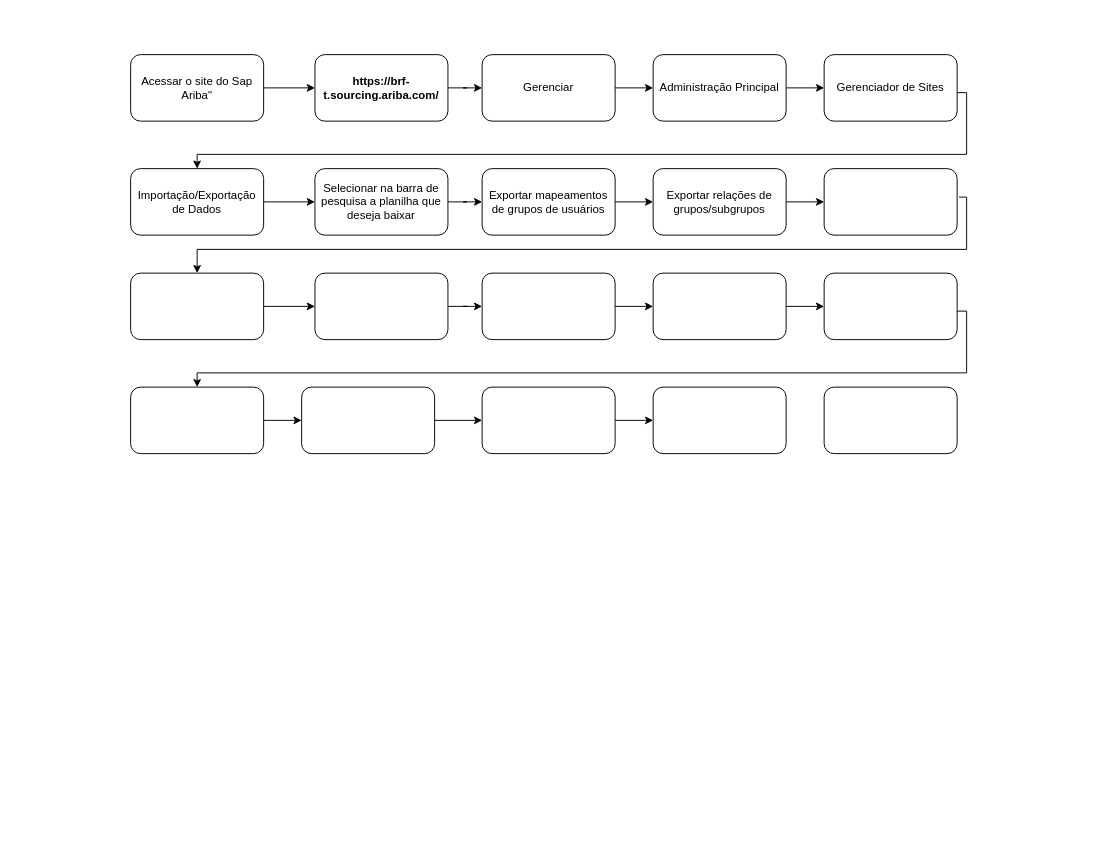
The draw.io diagram Diagrama detalhado - RCT087.drawio in leopartika/Meus-Projetos, before the edit. Source tidied: cells renumbered, new cells numbered last; positions are measured from the earlier drawing's top-left corner, leaving out a move shared by most shapes. Both pictures are drawn from the tidied source at 95%, with x=0, y=0 at pixel (130, 54).
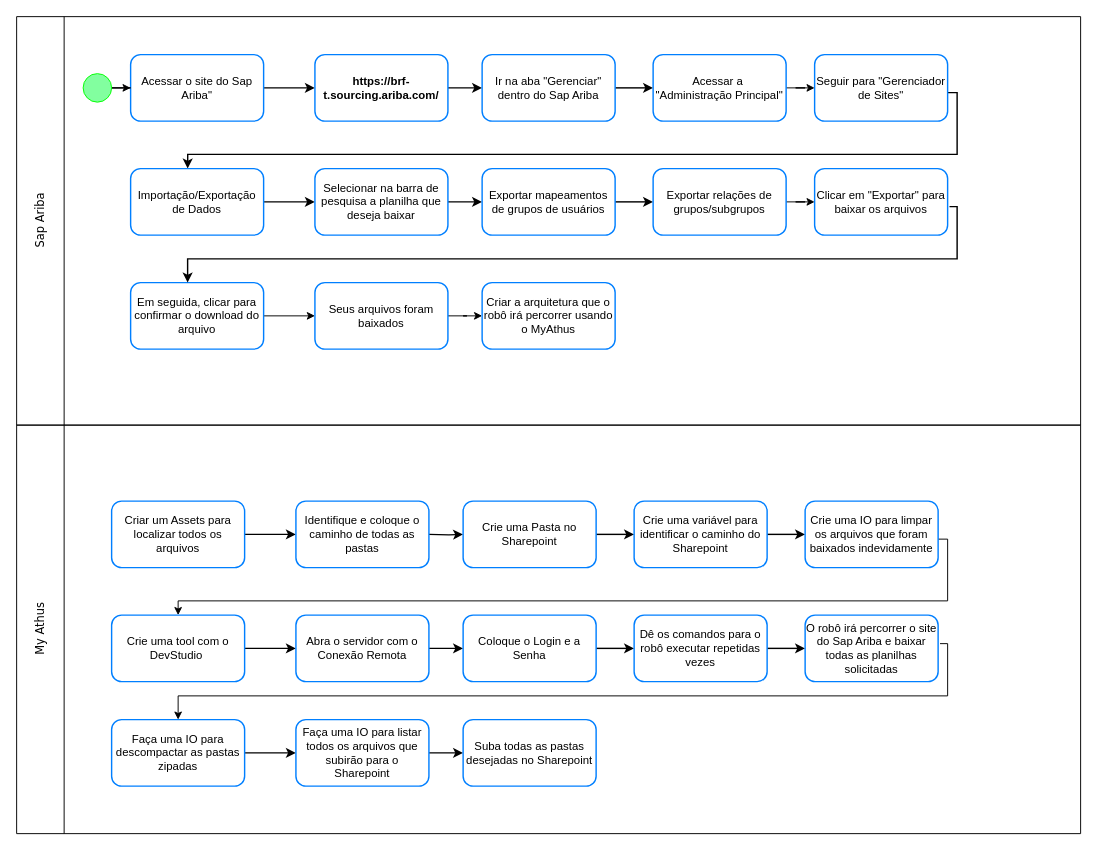
Above is the later version.

The edit, as a diff of the source:
```diff
@@
-    <mxCell id="2" style="edgeStyle=orthogonalEdgeStyle;rounded=0;jettySize=auto;html=1;" parent="1" edge="1" source="3" target="5">
+    <mxCell id="2" style="edgeStyle=orthogonalEdgeStyle;rounded=0;jettySize=auto;html=1;strokeColor=#000000;strokeWidth=1.5;" parent="1" edge="1" source="3" target="5">
       <mxGeometry relative="1" as="geometry" />
     </mxCell>
-    <mxCell id="3" value="Acessar o site do Sap Ariba&quot;" style="rounded=1;whiteSpace=wrap;html=1;" parent="1" vertex="1">
+    <mxCell id="3" value="Acessar o site do Sap Ariba&quot;" style="rounded=1;whiteSpace=wrap;html=1;strokeColor=#007FFF;strokeWidth=1.5;" parent="1" vertex="1">
       <mxGeometry width="140" height="70" as="geometry" />
     </mxCell>
-    <mxCell id="4" style="edgeStyle=orthogonalEdgeStyle;rounded=0;jettySize=auto;html=1;" parent="1" edge="1" source="5" target="7">
+    <mxCell id="4" style="edgeStyle=orthogonalEdgeStyle;rounded=0;jettySize=auto;html=1;strokeColor=#000000;strokeWidth=1.5;" parent="1" edge="1" source="5" target="7">
       <mxGeometry relative="1" as="geometry" />
     </mxCell>
-    <mxCell id="5" value="&lt;b&gt;https://brf-t.sourcing.ariba.com/&lt;/b&gt;" style="rounded=1;whiteSpace=wrap;html=1;" parent="1" vertex="1">
+    <mxCell id="5" value="&lt;b&gt;https://brf-t.sourcing.ariba.com/&lt;/b&gt;" style="rounded=1;whiteSpace=wrap;html=1;strokeColor=#007FFF;strokeWidth=1.5;" parent="1" vertex="1">
       <mxGeometry x="194" width="140" height="70" as="geometry" />
     </mxCell>
-    <mxCell id="6" style="edgeStyle=orthogonalEdgeStyle;rounded=0;jettySize=auto;html=1;" parent="1" edge="1" source="7" target="9">
+    <mxCell id="6" style="edgeStyle=orthogonalEdgeStyle;rounded=0;jettySize=auto;html=1;strokeColor=#000000;strokeWidth=1.5;" parent="1" edge="1" source="7" target="9">
       <mxGeometry relative="1" as="geometry" />
     </mxCell>
-    <mxCell id="7" value="Gerenciar" style="rounded=1;whiteSpace=wrap;html=1;" parent="1" vertex="1">
+    <mxCell id="7" value="Ir na aba &quot;Gerenciar&quot; dentro do Sap Ariba" style="rounded=1;whiteSpace=wrap;html=1;strokeColor=#007FFF;strokeWidth=1.5;" parent="1" vertex="1">
       <mxGeometry x="370" width="140" height="70" as="geometry" />
     </mxCell>
@@
-    <mxCell id="9" value="Administração Principal" style="rounded=1;whiteSpace=wrap;html=1;" parent="1" vertex="1">
+    <mxCell id="9" value="Acessar a&amp;nbsp; &quot;Administração Principal&quot;" style="rounded=1;whiteSpace=wrap;html=1;strokeColor=#007FFF;strokeWidth=1.5;" parent="1" vertex="1">
       <mxGeometry x="550" width="140" height="70" as="geometry" />
     </mxCell>
-    <mxCell id="10" style="edgeStyle=orthogonalEdgeStyle;rounded=0;jettySize=auto;html=1;" parent="1" edge="1" target="13">
+    <mxCell id="10" style="edgeStyle=orthogonalEdgeStyle;rounded=0;jettySize=auto;html=1;strokeWidth=1.5;entryX=0.429;entryY=0;entryDx=0;entryDy=0;entryPerimeter=0;" parent="1" edge="1" target="13">
       <mxGeometry relative="1" as="geometry">
-        <mxPoint x="852" y="20" as="sourcePoint" />
+        <mxPoint x="842" y="20" as="sourcePoint" />
         <Array as="points">
-          <mxPoint x="852" y="40" />
-          <mxPoint x="880" y="40" />
-          <mxPoint x="880" y="105" />
-          <mxPoint x="70" y="105" />
+          <mxPoint x="842" y="40" />
+          <mxPoint x="870" y="40" />
+          <mxPoint x="870" y="105" />
+          <mxPoint x="60" y="105" />
         </Array>
       </mxGeometry>
     </mxCell>
-    <mxCell id="11" value="Gerenciador de Sites" style="rounded=1;whiteSpace=wrap;html=1;" parent="1" vertex="1">
-      <mxGeometry x="730" width="140" height="70" as="geometry" />
+    <mxCell id="11" value="Seguir para &quot;Gerenciador de Sites&quot;" style="rounded=1;whiteSpace=wrap;html=1;strokeColor=#007FFF;strokeWidth=1.5;" parent="1" vertex="1">
+      <mxGeometry x="720" width="140" height="70" as="geometry" />
     </mxCell>
-    <mxCell id="12" style="edgeStyle=orthogonalEdgeStyle;rounded=0;jettySize=auto;html=1;" parent="1" edge="1" source="13" target="15">
+    <mxCell id="12" style="edgeStyle=orthogonalEdgeStyle;rounded=0;jettySize=auto;html=1;strokeColor=#000000;strokeWidth=1.5;" parent="1" edge="1" source="13" target="15">
       <mxGeometry relative="1" as="geometry" />
     </mxCell>
-    <mxCell id="13" value="Importação/Exportação de Dados" style="rounded=1;whiteSpace=wrap;html=1;" parent="1" vertex="1">
+    <mxCell id="13" value="Importação/Exportação de Dados" style="rounded=1;whiteSpace=wrap;html=1;strokeColor=#007FFF;strokeWidth=1.5;" parent="1" vertex="1">
       <mxGeometry y="120" width="140" height="70" as="geometry" />
     </mxCell>
-    <mxCell id="14" style="edgeStyle=orthogonalEdgeStyle;rounded=0;jettySize=auto;html=1;" parent="1" edge="1" source="15" target="17">
+    <mxCell id="14" style="edgeStyle=orthogonalEdgeStyle;rounded=0;jettySize=auto;html=1;strokeColor=#000000;strokeWidth=1.5;" parent="1" edge="1" source="15" target="17">
       <mxGeometry relative="1" as="geometry" />
     </mxCell>
-    <mxCell id="15" value="Selecionar na barra de pesquisa a planilha que deseja baixar" style="rounded=1;whiteSpace=wrap;html=1;" parent="1" vertex="1">
+    <mxCell id="15" value="Selecionar na barra de pesquisa a planilha que deseja baixar" style="rounded=1;whiteSpace=wrap;html=1;strokeColor=#007FFF;strokeWidth=1.5;" parent="1" vertex="1">
       <mxGeometry x="194" y="120" width="140" height="70" as="geometry" />
     </mxCell>
-    <mxCell id="16" style="edgeStyle=orthogonalEdgeStyle;rounded=0;jettySize=auto;html=1;" parent="1" edge="1" source="17" target="19">
+    <mxCell id="16" style="edgeStyle=orthogonalEdgeStyle;rounded=0;jettySize=auto;html=1;strokeColor=#000000;strokeWidth=1.5;" parent="1" edge="1" source="17" target="19">
       <mxGeometry relative="1" as="geometry" />
     </mxCell>
-    <mxCell id="17" value="Exportar mapeamentos de grupos de usuários" style="rounded=1;whiteSpace=wrap;html=1;" parent="1" vertex="1">
+    <mxCell id="17" value="Exportar mapeamentos de grupos de usuários" style="rounded=1;whiteSpace=wrap;html=1;strokeColor=#007FFF;strokeWidth=1.5;" parent="1" vertex="1">
       <mxGeometry x="370" y="120" width="140" height="70" as="geometry" />
     </mxCell>
@@
-    <mxCell id="19" value="Exportar relações de grupos/subgrupos" style="rounded=1;whiteSpace=wrap;html=1;" parent="1" vertex="1">
+    <mxCell id="19" value="Exportar relações de grupos/subgrupos" style="rounded=1;whiteSpace=wrap;html=1;strokeColor=#007FFF;strokeWidth=1.5;" parent="1" vertex="1">
       <mxGeometry x="550" y="120" width="140" height="70" as="geometry" />
     </mxCell>
-    <mxCell id="20" style="rounded=1;whiteSpace=wrap;html=1;" parent="1" vertex="1">
-      <mxGeometry x="730" y="120" width="140" height="70" as="geometry" />
+    <mxCell id="20" value="Clicar em &quot;Exportar&quot; para baixar os arquivos" style="rounded=1;whiteSpace=wrap;html=1;strokeColor=#007FFF;strokeWidth=1.5;" parent="1" vertex="1">
+      <mxGeometry x="720" y="120" width="140" height="70" as="geometry" />
     </mxCell>
-    <mxCell id="21" style="edgeStyle=orthogonalEdgeStyle;rounded=0;jettySize=auto;html=1;" parent="1" edge="1" source="22" target="24">
-      <mxGeometry relative="1" as="geometry" />
-    </mxCell>
+    <mxCell id="40" style="edgeStyle=orthogonalEdgeStyle;rounded=0;jettySize=auto;html=1;" parent="1" edge="1" source="22" target="81">
+      <mxGeometry relative="1" as="geometry" />
+    </mxCell>
-    <mxCell id="22" style="rounded=1;whiteSpace=wrap;html=1;" parent="1" vertex="1">
-      <mxGeometry y="230" width="140" height="70" as="geometry" />
+    <mxCell id="22" value="Em seguida, clicar para confirmar o download do arquivo" style="rounded=1;whiteSpace=wrap;html=1;strokeColor=#007FFF;strokeWidth=1.5;" parent="1" vertex="1">
+      <mxGeometry y="240" width="140" height="70" as="geometry" />
     </mxCell>
-    <mxCell id="23" style="edgeStyle=orthogonalEdgeStyle;rounded=0;jettySize=auto;html=1;" parent="1" edge="1" source="24" target="26">
-      <mxGeometry relative="1" as="geometry" />
-    </mxCell>
-    <mxCell id="24" style="rounded=1;whiteSpace=wrap;html=1;" parent="1" vertex="1">
-      <mxGeometry x="194" y="230" width="140" height="70" as="geometry" />
-    </mxCell>
-    <mxCell id="25" style="edgeStyle=orthogonalEdgeStyle;rounded=0;jettySize=auto;html=1;" parent="1" edge="1" source="26" target="28">
-      <mxGeometry relative="1" as="geometry" />
-    </mxCell>
-    <mxCell id="26" style="rounded=1;whiteSpace=wrap;html=1;" parent="1" vertex="1">
-      <mxGeometry x="370" y="230" width="140" height="70" as="geometry" />
-    </mxCell>
-    <mxCell id="27" style="edgeStyle=orthogonalEdgeStyle;rounded=0;jettySize=auto;html=1;" parent="1" edge="1" source="28" target="30">
-      <mxGeometry relative="1" as="geometry" />
-    </mxCell>
-    <mxCell id="28" style="rounded=1;whiteSpace=wrap;html=1;" parent="1" vertex="1">
-      <mxGeometry x="550" y="230" width="140" height="70" as="geometry" />
-    </mxCell>
-    <mxCell id="29" style="edgeStyle=orthogonalEdgeStyle;rounded=0;jettySize=auto;html=1;" parent="1" edge="1" target="32">
-      <mxGeometry relative="1" as="geometry">
-        <mxPoint x="852" y="250" as="sourcePoint" />
-        <Array as="points">
-          <mxPoint x="852" y="270" />
-          <mxPoint x="880" y="270" />
-          <mxPoint x="880" y="335" />
-          <mxPoint x="70" y="335" />
-        </Array>
-      </mxGeometry>
-    </mxCell>
-    <mxCell id="30" style="rounded=1;whiteSpace=wrap;html=1;" parent="1" vertex="1">
-      <mxGeometry x="730" y="230" width="140" height="70" as="geometry" />
-    </mxCell>
-    <mxCell id="31" style="edgeStyle=orthogonalEdgeStyle;rounded=0;jettySize=auto;html=1;" parent="1" edge="1" source="32" target="34">
-      <mxGeometry relative="1" as="geometry" />
-    </mxCell>
-    <mxCell id="32" style="rounded=1;whiteSpace=wrap;html=1;" parent="1" vertex="1">
-      <mxGeometry y="350" width="140" height="70" as="geometry" />
-    </mxCell>
-    <mxCell id="33" style="edgeStyle=orthogonalEdgeStyle;rounded=0;jettySize=auto;html=1;" parent="1" edge="1" source="34" target="36">
-      <mxGeometry relative="1" as="geometry" />
-    </mxCell>
-    <mxCell id="34" style="rounded=1;whiteSpace=wrap;html=1;" parent="1" vertex="1">
-      <mxGeometry x="180" y="350" width="140" height="70" as="geometry" />
-    </mxCell>
-    <mxCell id="35" style="edgeStyle=orthogonalEdgeStyle;rounded=0;jettySize=auto;html=1;" parent="1" edge="1" source="36" target="37">
-      <mxGeometry relative="1" as="geometry" />
-    </mxCell>
-    <mxCell id="36" style="rounded=1;whiteSpace=wrap;html=1;" parent="1" vertex="1">
-      <mxGeometry x="370" y="350" width="140" height="70" as="geometry" />
-    </mxCell>
-    <mxCell id="37" style="rounded=1;whiteSpace=wrap;html=1;" parent="1" vertex="1">
-      <mxGeometry x="550" y="350" width="140" height="70" as="geometry" />
-    </mxCell>
-    <mxCell id="38" style="rounded=1;whiteSpace=wrap;html=1;" parent="1" vertex="1">
-      <mxGeometry x="730" y="350" width="140" height="70" as="geometry" />
-    </mxCell>
-    <mxCell id="39" style="edgeStyle=orthogonalEdgeStyle;rounded=0;jettySize=auto;html=1;entryX=0.5;entryY=0;entryDx=0;entryDy=0;" parent="1" edge="1" target="22">
+    <mxCell id="39" style="edgeStyle=orthogonalEdgeStyle;rounded=0;orthogonalLoop=1;jettySize=auto;html=1;strokeWidth=1.5;" parent="1" edge="1">
       <mxGeometry relative="1" as="geometry">
-        <mxPoint x="872" y="150" as="sourcePoint" />
+        <mxPoint x="862" y="160" as="sourcePoint" />
+        <mxPoint x="60" y="240" as="targetPoint" />
         <Array as="points">
-          <mxPoint x="880" y="150" />
-          <mxPoint x="880" y="205" />
-          <mxPoint x="70" y="205" />
+          <mxPoint x="870" y="160" />
+          <mxPoint x="870" y="215" />
+          <mxPoint x="60" y="215" />
         </Array>
       </mxGeometry>
     </mxCell>
+    <mxCell id="41" style="endArrow=none;html=1;rounded=0;" parent="1" edge="1">
+      <mxGeometry relative="1" as="geometry">
+        <mxPoint x="-70" y="390" as="sourcePoint" />
+        <mxPoint x="-70" y="-40" as="targetPoint" />
+      </mxGeometry>
+    </mxCell>
+    <mxCell id="42" value="Sap Ariba" style="text;html=1;align=center;verticalAlign=middle;strokeColor=none;fillColor=none;rotation=270;fontStyle=0;fontFamily=Verdana;" parent="1" vertex="1">
+      <mxGeometry x="-135" y="160" width="80" height="30" as="geometry" />
+    </mxCell>
+    <mxCell id="43" style="endArrow=none;html=1;rounded=0;" parent="1" edge="1">
+      <mxGeometry relative="1" as="geometry">
+        <mxPoint x="1000" y="-40" as="sourcePoint" />
+        <mxPoint x="-120" y="-40" as="targetPoint" />
+      </mxGeometry>
+    </mxCell>
+    <mxCell id="44" style="endArrow=none;html=1;rounded=0;" parent="1" edge="1">
+      <mxGeometry relative="1" as="geometry">
+        <mxPoint x="-120" y="390" as="sourcePoint" />
+        <mxPoint x="-120" y="-40" as="targetPoint" />
+      </mxGeometry>
+    </mxCell>
+    <mxCell id="45" style="endArrow=none;html=1;rounded=0;" parent="1" edge="1">
+      <mxGeometry relative="1" as="geometry">
+        <mxPoint x="1000" y="390" as="sourcePoint" />
+        <mxPoint x="1000" y="-40" as="targetPoint" />
+      </mxGeometry>
+    </mxCell>
+    <mxCell id="46" style="endArrow=none;html=1;rounded=0;" parent="1" edge="1">
+      <mxGeometry relative="1" as="geometry">
+        <mxPoint x="1000" y="390" as="sourcePoint" />
+        <mxPoint x="-120" y="390" as="targetPoint" />
+      </mxGeometry>
+    </mxCell>
+    <mxCell id="47" style="edgeStyle=orthogonalEdgeStyle;rounded=0;jettySize=auto;html=1;strokeColor=#000000;strokeWidth=1.5;" parent="1" edge="1" source="48">
+      <mxGeometry relative="1" as="geometry">
+        <mxPoint x="174" y="505" as="targetPoint" />
+      </mxGeometry>
+    </mxCell>
+    <mxCell id="48" value="Criar um Assets para localizar todos os arquivos" style="rounded=1;whiteSpace=wrap;html=1;strokeColor=#007FFF;strokeWidth=1.5;" parent="1" vertex="1">
+      <mxGeometry x="-20" y="470" width="140" height="70" as="geometry" />
+    </mxCell>
+    <mxCell id="49" style="edgeStyle=orthogonalEdgeStyle;rounded=0;jettySize=auto;html=1;strokeColor=#000000;strokeWidth=1.5;" parent="1" edge="1" target="51">
+      <mxGeometry relative="1" as="geometry">
+        <mxPoint x="314" y="505" as="sourcePoint" />
+      </mxGeometry>
+    </mxCell>
+    <mxCell id="50" style="edgeStyle=orthogonalEdgeStyle;rounded=0;jettySize=auto;html=1;strokeColor=#000000;strokeWidth=1.5;" parent="1" edge="1" source="51" target="53">
+      <mxGeometry relative="1" as="geometry" />
+    </mxCell>
+    <mxCell id="51" value="Crie uma Pasta no Sharepoint" style="rounded=1;whiteSpace=wrap;html=1;strokeColor=#007FFF;strokeWidth=1.5;" parent="1" vertex="1">
+      <mxGeometry x="350" y="470" width="140" height="70" as="geometry" />
+    </mxCell>
+    <mxCell id="52" style="edgeStyle=orthogonalEdgeStyle;rounded=0;jettySize=auto;html=1;strokeColor=#000000;strokeWidth=1.5;" parent="1" edge="1" source="53" target="55">
+      <mxGeometry relative="1" as="geometry" />
+    </mxCell>
+    <mxCell id="53" value="Crie uma variável para identificar o caminho do Sharepoint" style="rounded=1;whiteSpace=wrap;html=1;strokeColor=#007FFF;strokeWidth=1.5;" parent="1" vertex="1">
+      <mxGeometry x="530" y="470" width="140" height="70" as="geometry" />
+    </mxCell>
+    <mxCell id="54" style="edgeStyle=orthogonalEdgeStyle;rounded=0;jettySize=auto;html=1;" parent="1" edge="1" target="57">
+      <mxGeometry relative="1" as="geometry">
+        <mxPoint x="832" y="490" as="sourcePoint" />
+        <Array as="points">
+          <mxPoint x="832" y="510" />
+          <mxPoint x="860" y="510" />
+          <mxPoint x="860" y="575" />
+          <mxPoint x="50" y="575" />
+        </Array>
+      </mxGeometry>
+    </mxCell>
+    <mxCell id="55" value="Crie uma IO para limpar os arquivos que foram baixados indevidamente" style="rounded=1;whiteSpace=wrap;html=1;strokeColor=#007FFF;strokeWidth=1.5;" parent="1" vertex="1">
+      <mxGeometry x="710" y="470" width="140" height="70" as="geometry" />
+    </mxCell>
+    <mxCell id="56" style="edgeStyle=orthogonalEdgeStyle;rounded=0;jettySize=auto;html=1;strokeColor=#000000;strokeWidth=1.5;" parent="1" edge="1" source="57" target="59">
+      <mxGeometry relative="1" as="geometry" />
+    </mxCell>
+    <mxCell id="57" value="Crie uma tool com o DevStudio&amp;nbsp;" style="rounded=1;whiteSpace=wrap;html=1;strokeColor=#007FFF;strokeWidth=1.5;" parent="1" vertex="1">
+      <mxGeometry x="-20" y="590" width="140" height="70" as="geometry" />
+    </mxCell>
+    <mxCell id="58" style="edgeStyle=orthogonalEdgeStyle;rounded=0;jettySize=auto;html=1;strokeColor=#000000;strokeWidth=1.5;" parent="1" edge="1" source="59" target="61">
+      <mxGeometry relative="1" as="geometry" />
+    </mxCell>
+    <mxCell id="59" value="Abra o servidor com o Conexão Remota" style="rounded=1;whiteSpace=wrap;html=1;strokeColor=#007FFF;strokeWidth=1.5;" parent="1" vertex="1">
+      <mxGeometry x="174" y="590" width="140" height="70" as="geometry" />
+    </mxCell>
+    <mxCell id="60" style="edgeStyle=orthogonalEdgeStyle;rounded=0;jettySize=auto;html=1;strokeColor=#000000;strokeWidth=1.5;" parent="1" edge="1" source="61" target="63">
+      <mxGeometry relative="1" as="geometry" />
+    </mxCell>
+    <mxCell id="61" value="Coloque o Login e a Senha" style="rounded=1;whiteSpace=wrap;html=1;strokeColor=#007FFF;strokeWidth=1.5;" parent="1" vertex="1">
+      <mxGeometry x="350" y="590" width="140" height="70" as="geometry" />
+    </mxCell>
+    <mxCell id="62" style="edgeStyle=orthogonalEdgeStyle;rounded=0;jettySize=auto;html=1;strokeColor=#000000;strokeWidth=1.5;" parent="1" edge="1" source="63" target="64">
+      <mxGeometry relative="1" as="geometry" />
+    </mxCell>
+    <mxCell id="63" value="Dê os comandos para o robô executar repetidas vezes" style="rounded=1;whiteSpace=wrap;html=1;strokeColor=#007FFF;strokeWidth=1.5;" parent="1" vertex="1">
+      <mxGeometry x="530" y="590" width="140" height="70" as="geometry" />
+    </mxCell>
+    <mxCell id="64" value="O robô irá percorrer o site do Sap Ariba e baixar todas as planilhas solicitadas" style="rounded=1;whiteSpace=wrap;html=1;strokeColor=#007FFF;strokeWidth=1.5;" parent="1" vertex="1">
+      <mxGeometry x="710" y="590" width="140" height="70" as="geometry" />
+    </mxCell>
+    <mxCell id="65" style="edgeStyle=orthogonalEdgeStyle;rounded=0;jettySize=auto;html=1;strokeColor=#000000;strokeWidth=1.5;" parent="1" edge="1" source="66" target="76">
+      <mxGeometry relative="1" as="geometry" />
+    </mxCell>
+    <mxCell id="66" value="Faça uma IO para descompactar as pastas zipadas" style="rounded=1;whiteSpace=wrap;html=1;strokeColor=#007FFF;strokeWidth=1.5;" parent="1" vertex="1">
+      <mxGeometry x="-20" y="700" width="140" height="70" as="geometry" />
+    </mxCell>
+    <mxCell id="67" style="edgeStyle=orthogonalEdgeStyle;rounded=0;jettySize=auto;html=1;entryX=0.5;entryY=0;entryDx=0;entryDy=0;" parent="1" edge="1" target="66">
+      <mxGeometry relative="1" as="geometry">
+        <mxPoint x="852" y="620" as="sourcePoint" />
+        <Array as="points">
+          <mxPoint x="860" y="620" />
+          <mxPoint x="860" y="675" />
+          <mxPoint x="50" y="675" />
+        </Array>
+      </mxGeometry>
+    </mxCell>
+    <mxCell id="68" style="endArrow=none;html=1;rounded=0;" parent="1" edge="1">
+      <mxGeometry relative="1" as="geometry">
+        <mxPoint x="-70" y="820" as="sourcePoint" />
+        <mxPoint x="-70" y="390" as="targetPoint" />
+      </mxGeometry>
+    </mxCell>
+    <mxCell id="69" value="My Athus" style="text;html=1;align=center;verticalAlign=middle;strokeColor=none;fillColor=none;rotation=270;fontStyle=0;fontFamily=Verdana;" parent="1" vertex="1">
+      <mxGeometry x="-135" y="590" width="80" height="30" as="geometry" />
+    </mxCell>
+    <mxCell id="70" style="endArrow=none;html=1;rounded=0;" parent="1" edge="1">
+      <mxGeometry relative="1" as="geometry">
+        <mxPoint x="1000" y="390" as="sourcePoint" />
+        <mxPoint x="-120" y="390" as="targetPoint" />
+      </mxGeometry>
+    </mxCell>
+    <mxCell id="71" style="endArrow=none;html=1;rounded=0;" parent="1" edge="1">
+      <mxGeometry relative="1" as="geometry">
+        <mxPoint x="-120" y="820" as="sourcePoint" />
+        <mxPoint x="-120" y="390" as="targetPoint" />
+      </mxGeometry>
+    </mxCell>
+    <mxCell id="72" style="endArrow=none;html=1;rounded=0;" parent="1" edge="1">
+      <mxGeometry relative="1" as="geometry">
+        <mxPoint x="1000" y="820" as="sourcePoint" />
+        <mxPoint x="1000" y="390" as="targetPoint" />
+      </mxGeometry>
+    </mxCell>
+    <mxCell id="73" style="endArrow=none;html=1;rounded=0;" parent="1" edge="1">
+      <mxGeometry relative="1" as="geometry">
+        <mxPoint x="1000" y="820" as="sourcePoint" />
+        <mxPoint x="-120" y="820" as="targetPoint" />
+      </mxGeometry>
+    </mxCell>
+    <mxCell id="74" value="Identifique e coloque o caminho de todas as pastas" style="rounded=1;whiteSpace=wrap;html=1;strokeColor=#007FFF;strokeWidth=1.5;" parent="1" vertex="1">
+      <mxGeometry x="174" y="470" width="140" height="70" as="geometry" />
+    </mxCell>
+    <mxCell id="75" style="edgeStyle=orthogonalEdgeStyle;rounded=0;jettySize=auto;html=1;strokeColor=#000000;strokeWidth=1.5;" parent="1" edge="1" source="76" target="77">
+      <mxGeometry relative="1" as="geometry" />
+    </mxCell>
+    <mxCell id="76" value="Faça uma IO para listar todos os arquivos que subirão para o Sharepoint" style="rounded=1;whiteSpace=wrap;html=1;strokeColor=#007FFF;strokeWidth=1.5;" parent="1" vertex="1">
+      <mxGeometry x="174" y="700" width="140" height="70" as="geometry" />
+    </mxCell>
+    <mxCell id="77" value="Suba todas as pastas desejadas no Sharepoint" style="rounded=1;whiteSpace=wrap;html=1;strokeColor=#007FFF;strokeWidth=1.5;" parent="1" vertex="1">
+      <mxGeometry x="350" y="700" width="140" height="70" as="geometry" />
+    </mxCell>
+    <mxCell id="78" style="edgeStyle=orthogonalEdgeStyle;rounded=0;jettySize=auto;html=1;" parent="1" edge="1" source="79" target="3">
+      <mxGeometry relative="1" as="geometry" />
+    </mxCell>
+    <mxCell id="79" style="ellipse;whiteSpace=wrap;html=1;fillColor=#82FF9F;strokeColor=#00FF00;" parent="1" vertex="1">
+      <mxGeometry x="-50" y="20" width="30" height="30" as="geometry" />
+    </mxCell>
+    <mxCell id="80" style="edgeStyle=orthogonalEdgeStyle;rounded=0;jettySize=auto;html=1;" parent="1" edge="1" source="81" target="82">
+      <mxGeometry relative="1" as="geometry" />
+    </mxCell>
+    <mxCell id="81" value="Seus arquivos foram baixados" style="rounded=1;whiteSpace=wrap;html=1;strokeColor=#007FFF;strokeWidth=1.5;" parent="1" vertex="1">
+      <mxGeometry x="194" y="240" width="140" height="70" as="geometry" />
+    </mxCell>
+    <mxCell id="82" value="Criar a arquitetura que o robô irá percorrer usando o MyAthus" style="rounded=1;whiteSpace=wrap;html=1;strokeColor=#007FFF;strokeWidth=1.5;" parent="1" vertex="1">
+      <mxGeometry x="370" y="240" width="140" height="70" as="geometry" />
+    </mxCell>
```
